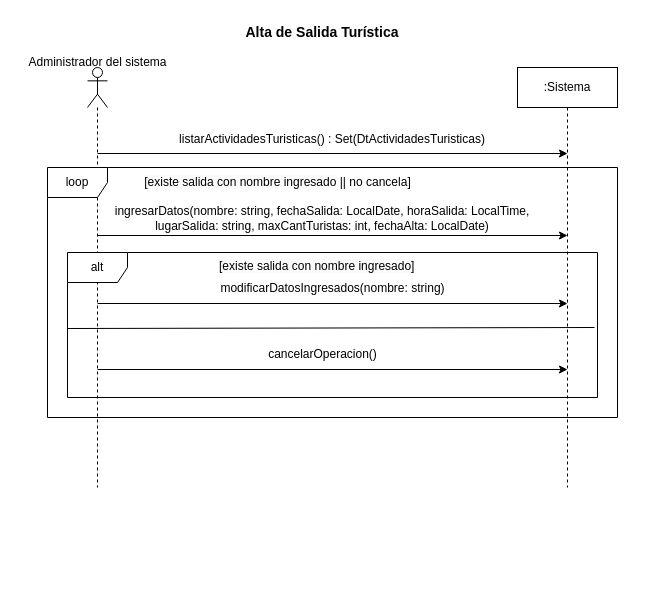
Before: page "CU6_AltaSalidaTurística" (4 of 8) of resources/Tarea1.drawio in rofernandezm/Tencnoinf_Pap2025_Tarea1, a draw.io diagram. Source tidied: cells renumbered, new cells numbered last; positions are measured from the earlier drawing's top-left corner, leaving out a move shared by most shapes. Both pictures are drawn from the tidied source at 100%, with x=0, y=0 at pixel (17, 17).
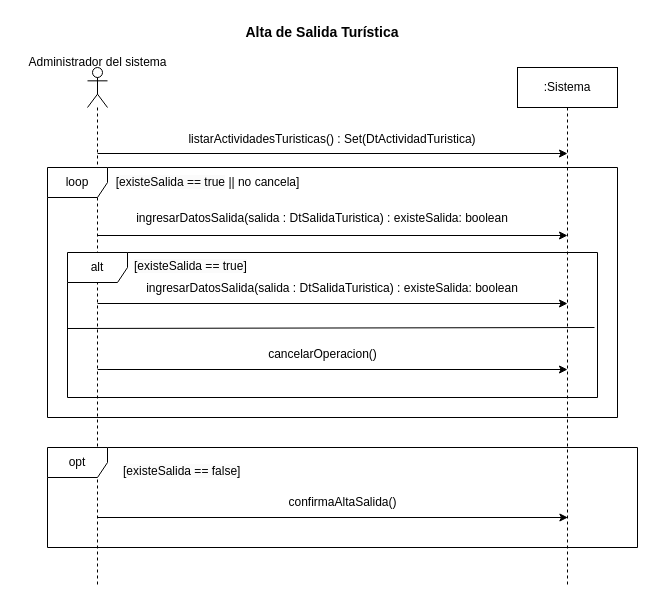
After the change.

Change to the diagram source:
```diff
@@
     <mxCell id="2" style="shape=umlLifeline;perimeter=lifelinePerimeter;whiteSpace=wrap;html=1;newEdgeStyle={&quot;curved&quot;:0,&quot;rounded&quot;:0};participant=umlActor;" parent="1" vertex="1">
-      <mxGeometry x="70" y="50" width="20" height="420" as="geometry" />
+      <mxGeometry x="70" y="50" width="20" height="520" as="geometry" />
     </mxCell>
     <mxCell id="3" value=":Sistema" style="shape=umlLifeline;perimeter=lifelinePerimeter;whiteSpace=wrap;html=1;newEdgeStyle={&quot;curved&quot;:0,&quot;rounded&quot;:0};" parent="1" vertex="1">
-      <mxGeometry x="500" y="50" width="100" height="420" as="geometry" />
+      <mxGeometry x="500" y="50" width="100" height="520" as="geometry" />
     </mxCell>
@@
-    <mxCell id="6" value="listarActividadesTuristicas() : Set(DtActividadesTuristicas)" style="text;html=1;align=center;verticalAlign=middle;whiteSpace=wrap;rounded=0;" parent="1" vertex="1">
+    <mxCell id="6" value="listarActividadesTuristicas() : Set(DtActividadTuristica)" style="text;html=1;align=center;verticalAlign=middle;whiteSpace=wrap;rounded=0;" parent="1" vertex="1">
       <mxGeometry x="145" y="107" width="340" height="30" as="geometry" />
     </mxCell>
@@
-    <mxCell id="8" value="ingresarDatos(nombre: string, fechaSalida: LocalDate, horaSalida: LocalTime, lugarSalida: string, maxCantTuristas: int, fechaAlta: LocalDate)" style="text;html=1;align=center;verticalAlign=middle;whiteSpace=wrap;rounded=0;" parent="1" vertex="1">
+    <mxCell id="8" value="ingresarDatosSalida(salida : DtSalidaTuristica) : existeSalida: boolean" style="text;html=1;align=center;verticalAlign=middle;whiteSpace=wrap;rounded=0;" parent="1" vertex="1">
       <mxGeometry x="70" y="186" width="470" height="30" as="geometry" />
     </mxCell>
@@
-    <mxCell id="10" value="&lt;span style=&quot;color: rgb(0, 0, 0); font-family: Helvetica; font-size: 12px; font-style: normal; font-variant-ligatures: normal; font-variant-caps: normal; font-weight: 400; letter-spacing: normal; orphans: 2; text-align: center; text-indent: 0px; text-transform: none; widows: 2; word-spacing: 0px; -webkit-text-stroke-width: 0px; white-space: nowrap; background-color: rgb(251, 251, 251); text-decoration-thickness: initial; text-decoration-style: initial; text-decoration-color: initial; float: none; display: inline !important;&quot;&gt;[existe salida con nombre ingresado]&lt;/span&gt;" style="text;whiteSpace=wrap;html=1;" parent="1" vertex="1">
-      <mxGeometry x="200" y="235" width="180" height="40" as="geometry" />
+    <mxCell id="10" value="&lt;span style=&quot;color: rgb(0, 0, 0); font-family: Helvetica; font-size: 12px; font-style: normal; font-variant-ligatures: normal; font-variant-caps: normal; font-weight: 400; letter-spacing: normal; orphans: 2; text-align: center; text-indent: 0px; text-transform: none; widows: 2; word-spacing: 0px; -webkit-text-stroke-width: 0px; white-space: nowrap; background-color: rgb(251, 251, 251); text-decoration-thickness: initial; text-decoration-style: initial; text-decoration-color: initial; float: none; display: inline !important;&quot;&gt;[existeSalida == true]&lt;/span&gt;" style="text;whiteSpace=wrap;html=1;" parent="1" vertex="1">
+      <mxGeometry x="115" y="235" width="180" height="40" as="geometry" />
     </mxCell>
-    <mxCell id="11" value="modificarDatosIngresados(nombre: string)" style="text;html=1;align=center;verticalAlign=middle;whiteSpace=wrap;rounded=0;" parent="1" vertex="1">
-      <mxGeometry x="155.5" y="256" width="319" height="30" as="geometry" />
+    <mxCell id="11" value="ingresarDatosSalida(salida : DtSalidaTuristica) : existeSalida: boolean" style="text;html=1;align=center;verticalAlign=middle;whiteSpace=wrap;rounded=0;" parent="1" vertex="1">
+      <mxGeometry x="103.9" y="256" width="422.2" height="30" as="geometry" />
     </mxCell>
@@
-    <mxCell id="14" value="&lt;span style=&quot;background-color: rgb(251, 251, 251);&quot;&gt;[existe salida con nombre ingresado&lt;/span&gt;&amp;nbsp;|| no&amp;nbsp;&lt;span style=&quot;text-wrap-mode: wrap;&quot;&gt;cancela&lt;/span&gt;]" style="text;html=1;align=center;verticalAlign=middle;strokeColor=none;fillColor=none;" parent="1" vertex="1">
-      <mxGeometry x="115" y="150" width="290" height="30" as="geometry" />
+    <mxCell id="14" value="&lt;span style=&quot;background-color: rgb(251, 251, 251);&quot;&gt;[existeSalida == true&lt;/span&gt;&amp;nbsp;|| no&amp;nbsp;&lt;span style=&quot;text-wrap-mode: wrap;&quot;&gt;cancela&lt;/span&gt;]" style="text;html=1;align=center;verticalAlign=middle;strokeColor=none;fillColor=none;" parent="1" vertex="1">
+      <mxGeometry x="85" y="150" width="210" height="30" as="geometry" />
     </mxCell>
@@
+    <mxCell id="19" value="opt" style="shape=umlFrame;whiteSpace=wrap;html=1;" parent="1" vertex="1">
+      <mxGeometry x="30" y="430" width="590" height="100" as="geometry" />
+    </mxCell>
+    <mxCell id="20" style="endArrow=classic;html=1;rounded=0;" parent="1" edge="1">
+      <mxGeometry relative="1" as="geometry">
+        <mxPoint x="80.5" y="500" as="sourcePoint" />
+        <mxPoint x="550.4" y="500" as="targetPoint" />
+      </mxGeometry>
+    </mxCell>
+    <mxCell id="21" value="confirmaAltaSalida()" style="text;html=1;align=center;verticalAlign=middle;strokeColor=none;fillColor=none;" parent="1" vertex="1">
+      <mxGeometry x="260" y="470" width="130" height="30" as="geometry" />
+    </mxCell>
+    <mxCell id="22" value="&lt;span style=&quot;color: rgb(0, 0, 0); font-family: Helvetica; font-size: 12px; font-style: normal; font-variant-ligatures: normal; font-variant-caps: normal; font-weight: 400; letter-spacing: normal; orphans: 2; text-align: center; text-indent: 0px; text-transform: none; widows: 2; word-spacing: 0px; -webkit-text-stroke-width: 0px; white-space: nowrap; background-color: rgb(251, 251, 251); text-decoration-thickness: initial; text-decoration-style: initial; text-decoration-color: initial; float: none; display: inline !important;&quot;&gt;[existeSalida == false]&lt;/span&gt;" style="text;whiteSpace=wrap;html=1;" parent="1" vertex="1">
+      <mxGeometry x="103.9" y="440" width="180" height="40" as="geometry" />
+    </mxCell>
```
